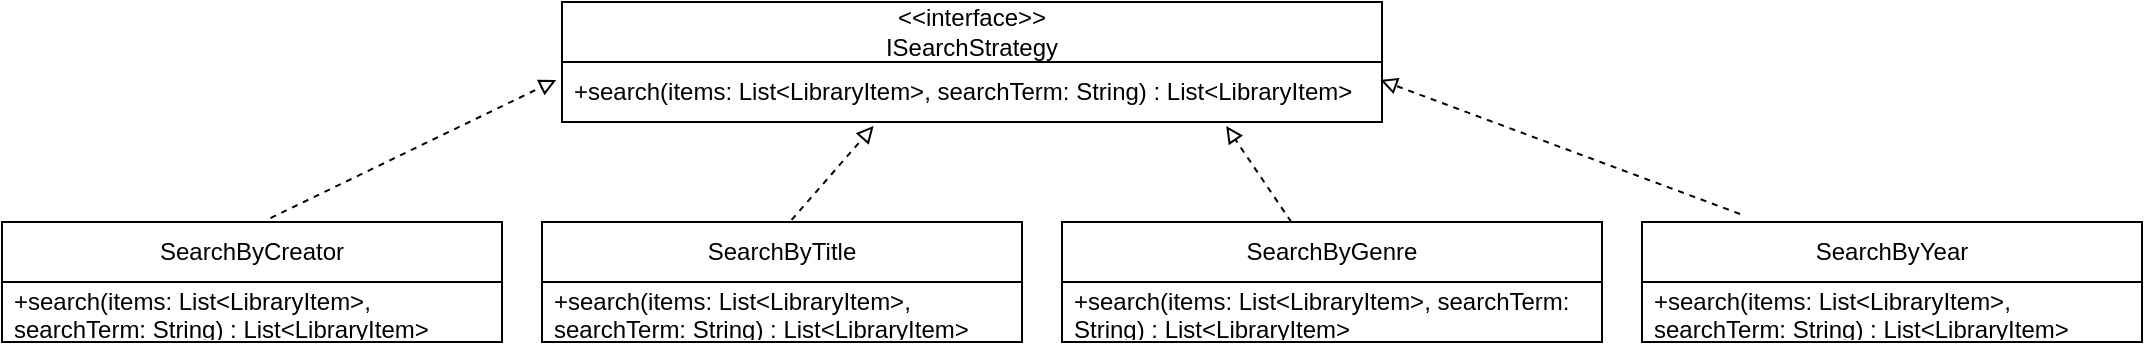
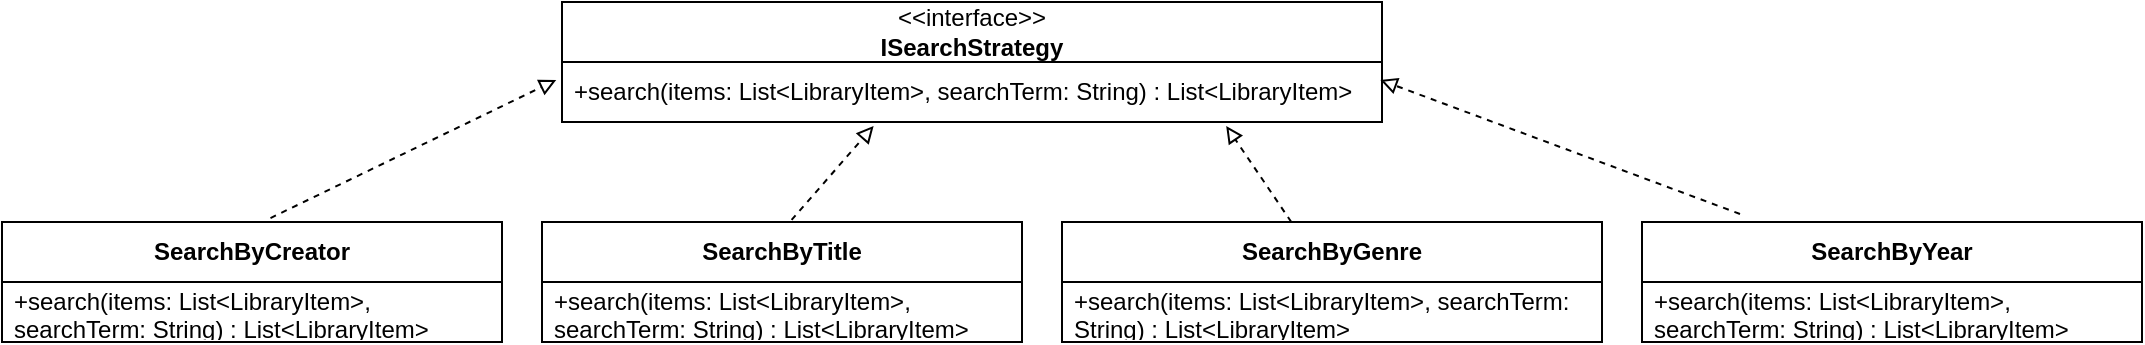
<mxfile host="app.diagrams.net">
  <diagram name="Page-1" id="wcMCi3oeLSEENpEqmBpU">
-     <mxGraphModel dx="2253" dy="743" grid="1" gridSize="10" guides="1" tooltips="1" connect="1" arrows="1" fold="1" page="1" pageScale="1" pageWidth="850" pageHeight="1100" math="0" shadow="0">
+     <mxGraphModel dx="2191" dy="743" grid="1" gridSize="10" guides="1" tooltips="1" connect="1" arrows="1" fold="1" page="1" pageScale="1" pageWidth="850" pageHeight="1100" math="0" shadow="0">
      <root>
        <mxCell id="0" />
        <mxCell id="1" parent="0" />
-         <mxCell id="NpHuQkZuoYly5ggiw39z-1" parent="1" style="swimlane;fontStyle=0;childLayout=stackLayout;horizontal=1;startSize=30;horizontalStack=0;resizeParent=1;resizeParentMax=0;resizeLast=0;collapsible=1;marginBottom=0;whiteSpace=wrap;html=1;" value="&amp;lt;&amp;lt;interface&amp;gt;&amp;gt;&lt;div&gt;ISearchStrategy&lt;/div&gt;" vertex="1">
+         <mxCell id="NpHuQkZuoYly5ggiw39z-1" parent="1" style="swimlane;fontStyle=0;childLayout=stackLayout;horizontal=1;startSize=30;horizontalStack=0;resizeParent=1;resizeParentMax=0;resizeLast=0;collapsible=1;marginBottom=0;whiteSpace=wrap;html=1;" value="&amp;lt;&amp;lt;interface&amp;gt;&amp;gt;&lt;div&gt;&lt;b&gt;ISearchStrategy&lt;/b&gt;&lt;/div&gt;" vertex="1">
          <mxGeometry height="60" width="410" x="200" y="60" as="geometry" />
        </mxCell>
        <mxCell id="NpHuQkZuoYly5ggiw39z-2" parent="NpHuQkZuoYly5ggiw39z-1" style="text;strokeColor=none;fillColor=none;align=left;verticalAlign=middle;spacingLeft=4;spacingRight=4;overflow=hidden;points=[[0,0.5],[1,0.5]];portConstraint=eastwest;rotatable=0;whiteSpace=wrap;html=1;" value="+search(items: List&amp;lt;LibraryItem&amp;gt;, searchTerm: String) : List&amp;lt;LibraryItem&amp;gt;" vertex="1">
          <mxGeometry height="30" width="410" y="30" as="geometry" />
        </mxCell>
-         <mxCell id="NpHuQkZuoYly5ggiw39z-5" parent="1" style="swimlane;fontStyle=0;childLayout=stackLayout;horizontal=1;startSize=30;horizontalStack=0;resizeParent=1;resizeParentMax=0;resizeLast=0;collapsible=1;marginBottom=0;whiteSpace=wrap;html=1;" value="SearchByCreator" vertex="1">
+         <mxCell id="NpHuQkZuoYly5ggiw39z-5" parent="1" style="swimlane;fontStyle=0;childLayout=stackLayout;horizontal=1;startSize=30;horizontalStack=0;resizeParent=1;resizeParentMax=0;resizeLast=0;collapsible=1;marginBottom=0;whiteSpace=wrap;html=1;" value="&lt;b&gt;SearchByCreator&lt;/b&gt;" vertex="1">
          <mxGeometry height="60" width="250" x="-80" y="170" as="geometry" />
        </mxCell>
        <mxCell id="NpHuQkZuoYly5ggiw39z-9" parent="NpHuQkZuoYly5ggiw39z-5" style="text;strokeColor=none;fillColor=none;align=left;verticalAlign=middle;spacingLeft=4;spacingRight=4;overflow=hidden;points=[[0,0.5],[1,0.5]];portConstraint=eastwest;rotatable=0;whiteSpace=wrap;html=1;" value="+search(items: List&amp;lt;LibraryItem&amp;gt;, searchTerm: String) : List&amp;lt;LibraryItem&amp;gt;" vertex="1">
          <mxGeometry height="30" width="250" y="30" as="geometry" />
        </mxCell>
-         <mxCell id="NpHuQkZuoYly5ggiw39z-10" parent="1" style="swimlane;fontStyle=0;childLayout=stackLayout;horizontal=1;startSize=30;horizontalStack=0;resizeParent=1;resizeParentMax=0;resizeLast=0;collapsible=1;marginBottom=0;whiteSpace=wrap;html=1;" value="SearchByTitle" vertex="1">
+         <mxCell id="NpHuQkZuoYly5ggiw39z-10" parent="1" style="swimlane;fontStyle=0;childLayout=stackLayout;horizontal=1;startSize=30;horizontalStack=0;resizeParent=1;resizeParentMax=0;resizeLast=0;collapsible=1;marginBottom=0;whiteSpace=wrap;html=1;" value="&lt;b&gt;SearchByTitle&lt;/b&gt;" vertex="1">
          <mxGeometry height="60" width="240" x="190" y="170" as="geometry" />
        </mxCell>
        <mxCell id="NpHuQkZuoYly5ggiw39z-11" parent="NpHuQkZuoYly5ggiw39z-10" style="text;strokeColor=none;fillColor=none;align=left;verticalAlign=middle;spacingLeft=4;spacingRight=4;overflow=hidden;points=[[0,0.5],[1,0.5]];portConstraint=eastwest;rotatable=0;whiteSpace=wrap;html=1;" value="+search(items: List&amp;lt;LibraryItem&amp;gt;, searchTerm: String) : List&amp;lt;LibraryItem&amp;gt;" vertex="1">
          <mxGeometry height="30" width="240" y="30" as="geometry" />
        </mxCell>
-         <mxCell id="NpHuQkZuoYly5ggiw39z-12" parent="1" style="swimlane;fontStyle=0;childLayout=stackLayout;horizontal=1;startSize=30;horizontalStack=0;resizeParent=1;resizeParentMax=0;resizeLast=0;collapsible=1;marginBottom=0;whiteSpace=wrap;html=1;" value="SearchByGenre" vertex="1">
+         <mxCell id="NpHuQkZuoYly5ggiw39z-12" parent="1" style="swimlane;fontStyle=0;childLayout=stackLayout;horizontal=1;startSize=30;horizontalStack=0;resizeParent=1;resizeParentMax=0;resizeLast=0;collapsible=1;marginBottom=0;whiteSpace=wrap;html=1;" value="&lt;b&gt;SearchByGenre&lt;/b&gt;" vertex="1">
          <mxGeometry height="60" width="270" x="450" y="170" as="geometry" />
        </mxCell>
        <mxCell id="NpHuQkZuoYly5ggiw39z-13" parent="NpHuQkZuoYly5ggiw39z-12" style="text;strokeColor=none;fillColor=none;align=left;verticalAlign=middle;spacingLeft=4;spacingRight=4;overflow=hidden;points=[[0,0.5],[1,0.5]];portConstraint=eastwest;rotatable=0;whiteSpace=wrap;html=1;" value="+search(items: List&amp;lt;LibraryItem&amp;gt;, searchTerm: String) : List&amp;lt;LibraryItem&amp;gt;" vertex="1">
          <mxGeometry height="30" width="270" y="30" as="geometry" />
        </mxCell>
-         <mxCell id="NpHuQkZuoYly5ggiw39z-14" parent="1" style="swimlane;fontStyle=0;childLayout=stackLayout;horizontal=1;startSize=30;horizontalStack=0;resizeParent=1;resizeParentMax=0;resizeLast=0;collapsible=1;marginBottom=0;whiteSpace=wrap;html=1;" value="SearchByYear" vertex="1">
+         <mxCell id="NpHuQkZuoYly5ggiw39z-14" parent="1" style="swimlane;fontStyle=0;childLayout=stackLayout;horizontal=1;startSize=30;horizontalStack=0;resizeParent=1;resizeParentMax=0;resizeLast=0;collapsible=1;marginBottom=0;whiteSpace=wrap;html=1;" value="&lt;b&gt;SearchByYear&lt;/b&gt;" vertex="1">
          <mxGeometry height="60" width="250" x="740" y="170" as="geometry" />
        </mxCell>
        <mxCell id="NpHuQkZuoYly5ggiw39z-15" parent="NpHuQkZuoYly5ggiw39z-14" style="text;strokeColor=none;fillColor=none;align=left;verticalAlign=middle;spacingLeft=4;spacingRight=4;overflow=hidden;points=[[0,0.5],[1,0.5]];portConstraint=eastwest;rotatable=0;whiteSpace=wrap;html=1;" value="+search(items: List&amp;lt;LibraryItem&amp;gt;, searchTerm: String) : List&amp;lt;LibraryItem&amp;gt;" vertex="1">
          <mxGeometry height="30" width="250" y="30" as="geometry" />
        </mxCell>
        <mxCell id="NpHuQkZuoYly5ggiw39z-16" edge="1" parent="1" source="NpHuQkZuoYly5ggiw39z-5" style="endArrow=block;html=1;rounded=0;endFill=0;exitX=0.537;exitY=-0.033;exitDx=0;exitDy=0;dashed=1;entryX=-0.007;entryY=0.3;entryDx=0;entryDy=0;entryPerimeter=0;exitPerimeter=0;" target="NpHuQkZuoYly5ggiw39z-2" value="">
          <mxGeometry height="50" relative="1" width="50" as="geometry">
            <mxPoint x="104" y="347" as="sourcePoint" />
            <mxPoint x="80" y="100" as="targetPoint" />
          </mxGeometry>
        </mxCell>
        <mxCell id="NpHuQkZuoYly5ggiw39z-17" edge="1" parent="1" source="NpHuQkZuoYly5ggiw39z-10" style="endArrow=block;html=1;rounded=0;endFill=0;exitX=0.52;exitY=-0.017;exitDx=0;exitDy=0;dashed=1;entryX=0.38;entryY=1.067;entryDx=0;entryDy=0;entryPerimeter=0;exitPerimeter=0;" target="NpHuQkZuoYly5ggiw39z-2" value="">
          <mxGeometry height="50" relative="1" width="50" as="geometry">
            <mxPoint x="84" y="567" as="sourcePoint" />
            <mxPoint x="60" y="320" as="targetPoint" />
          </mxGeometry>
        </mxCell>
        <mxCell id="NpHuQkZuoYly5ggiw39z-18" edge="1" parent="1" source="NpHuQkZuoYly5ggiw39z-12" style="endArrow=block;html=1;rounded=0;endFill=0;dashed=1;entryX=0.81;entryY=1.067;entryDx=0;entryDy=0;entryPerimeter=0;" target="NpHuQkZuoYly5ggiw39z-2" value="">
          <mxGeometry height="50" relative="1" width="50" as="geometry">
            <mxPoint x="724" y="627" as="sourcePoint" />
            <mxPoint x="700" y="380" as="targetPoint" />
          </mxGeometry>
        </mxCell>
        <mxCell id="NpHuQkZuoYly5ggiw39z-19" edge="1" parent="1" source="NpHuQkZuoYly5ggiw39z-14" style="endArrow=block;html=1;rounded=0;endFill=0;exitX=0.196;exitY=-0.067;exitDx=0;exitDy=0;dashed=1;entryX=0.998;entryY=0.3;entryDx=0;entryDy=0;entryPerimeter=0;exitPerimeter=0;" target="NpHuQkZuoYly5ggiw39z-2" value="">
          <mxGeometry height="50" relative="1" width="50" as="geometry">
            <mxPoint x="244" y="607" as="sourcePoint" />
            <mxPoint x="220" y="360" as="targetPoint" />
          </mxGeometry>
        </mxCell>
      </root>
    </mxGraphModel>
  </diagram>
</mxfile>
